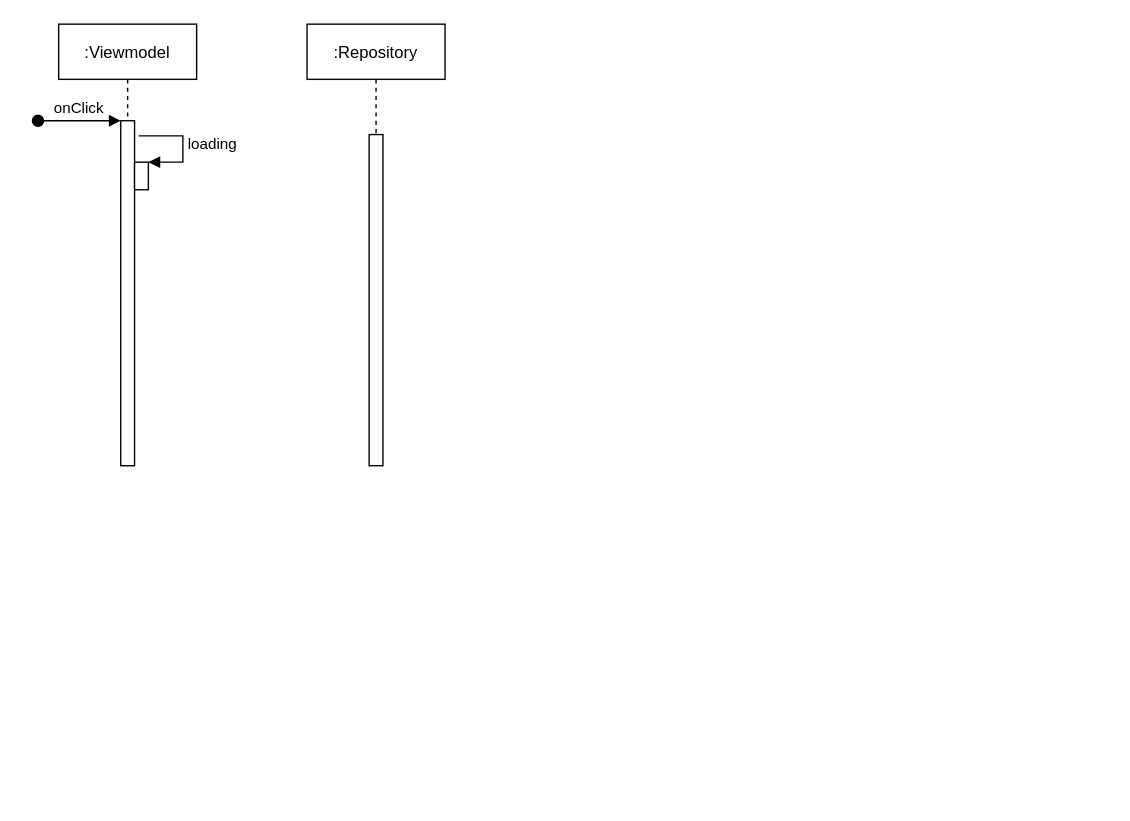
Earlier version of the draw.io diagram Untitled Diagram.drawio (milk1990/AndFix). Source tidied: cells renumbered, new cells numbered last; positions are measured from the earlier drawing's top-left corner, leaving out a move shared by most shapes. Both pictures are drawn from the tidied source at 138%, with x=0, y=0 at pixel (37, 23).
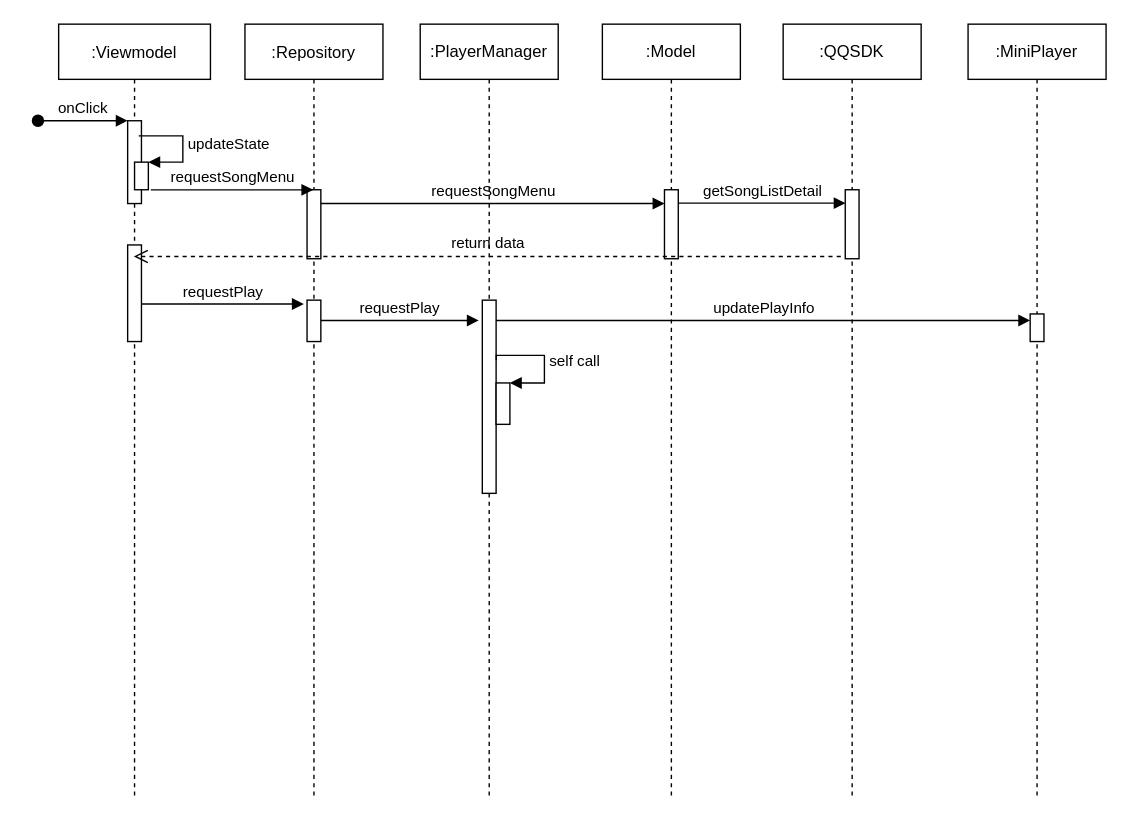
The same page after the edit.

The change refers to these unchanged cells:
```xml
<mxCell id="5" style="html=1;points=[];perimeter=orthogonalPerimeter;" parent="2" vertex="1">
  <mxGeometry x="55" y="100" width="10" height="20" as="geometry" />
</mxCell>
```

The edit, as a diff of the source:
```diff
@@
     <mxCell id="2" value=":Viewmodel" style="shape=umlLifeline;perimeter=lifelinePerimeter;rounded=0;shadow=0;strokeWidth=1;" parent="1" vertex="1">
-      <mxGeometry x="15" width="100" height="320" as="geometry" />
+      <mxGeometry x="15" width="110" height="560" as="geometry" />
     </mxCell>
     <mxCell id="3" style="points=[];perimeter=orthogonalPerimeter;rounded=0;shadow=0;strokeWidth=1;" parent="2" vertex="1">
-      <mxGeometry x="45" y="70" width="10" height="250" as="geometry" />
+      <mxGeometry x="50" y="70" width="10" height="60" as="geometry" />
     </mxCell>
@@
-    <mxCell id="6" value="loading" style="edgeStyle=orthogonalEdgeStyle;html=1;align=left;spacingLeft=2;endArrow=block;rounded=0;entryX=1;entryY=0;" parent="2" edge="1" target="5">
+    <mxCell id="6" value="updateState" style="edgeStyle=orthogonalEdgeStyle;html=1;align=left;spacingLeft=2;endArrow=block;rounded=0;entryX=1;entryY=0;" parent="2" edge="1" target="5">
       <mxGeometry relative="1" as="geometry">
         <mxPoint x="58" y="81" as="sourcePoint" />
         <Array as="points">
           <mxPoint x="90" y="81" />
           <mxPoint x="90" y="100" />
         </Array>
       </mxGeometry>
     </mxCell>
+    <mxCell id="9" style="html=1;points=[];perimeter=orthogonalPerimeter;" parent="2" vertex="1">
+      <mxGeometry x="50" y="160" width="10" height="70" as="geometry" />
+    </mxCell>
     <mxCell id="7" value=":Repository" style="shape=umlLifeline;perimeter=lifelinePerimeter;rounded=0;shadow=0;strokeWidth=1;" parent="1" vertex="1">
-      <mxGeometry x="195" width="100" height="320" as="geometry" />
+      <mxGeometry x="150" width="100" height="560" as="geometry" />
     </mxCell>
     <mxCell id="8" style="perimeter=orthogonalPerimeter;rounded=0;shadow=0;strokeWidth=1;" parent="7" vertex="1">
-      <mxGeometry x="45" y="80" width="10" height="240" as="geometry" />
+      <mxGeometry x="45" y="120" width="10" height="50" as="geometry" />
     </mxCell>
+    <mxCell id="10" value="requestSongMenu" style="html=1;verticalAlign=bottom;endArrow=block;rounded=0;" parent="7" edge="1" target="13">
+      <mxGeometry relative="1" as="geometry">
+        <mxPoint x="55" y="130" as="sourcePoint" />
+      </mxGeometry>
+    </mxCell>
+    <mxCell id="11" style="html=1;points=[];perimeter=orthogonalPerimeter;" parent="7" vertex="1">
+      <mxGeometry x="45" y="200" width="10" height="30" as="geometry" />
+    </mxCell>
+    <mxCell id="12" value=":Model" style="shape=umlLifeline;perimeter=lifelinePerimeter;whiteSpace=wrap;html=1;" parent="1" vertex="1">
+      <mxGeometry x="409" width="100" height="560" as="geometry" />
+    </mxCell>
+    <mxCell id="13" style="html=1;points=[];perimeter=orthogonalPerimeter;" parent="12" vertex="1">
+      <mxGeometry x="45" y="120" width="10" height="50" as="geometry" />
+    </mxCell>
+    <mxCell id="14" value="requestSongMenu" style="html=1;verticalAlign=bottom;endArrow=block;rounded=0;exitX=1.179;exitY=1.003;exitDx=0;exitDy=0;exitPerimeter=0;" parent="1" edge="1" source="5" target="7">
+      <mxGeometry relative="1" as="geometry" />
+    </mxCell>
+    <mxCell id="15" value="return data" style="html=1;verticalAlign=bottom;endArrow=open;dashed=1;endSize=8;rounded=0;exitX=-0.321;exitY=0.967;exitDx=0;exitDy=0;exitPerimeter=0;" parent="1" edge="1" source="24" target="2">
+      <mxGeometry relative="1" as="geometry" />
+    </mxCell>
+    <mxCell id="16" value=":PlayerManager" style="shape=umlLifeline;perimeter=lifelinePerimeter;whiteSpace=wrap;html=1;" parent="1" vertex="1">
+      <mxGeometry x="277" width="100" height="560" as="geometry" />
+    </mxCell>
+    <mxCell id="17" style="html=1;points=[];perimeter=orthogonalPerimeter;" parent="16" vertex="1">
+      <mxGeometry x="45" y="200" width="10" height="140" as="geometry" />
+    </mxCell>
+    <mxCell id="18" value="updatePlayInfo" style="html=1;verticalAlign=bottom;endArrow=block;rounded=0;" parent="16" edge="1" target="27">
+      <mxGeometry relative="1" as="geometry">
+        <mxPoint x="55" y="214.7" as="sourcePoint" />
+      </mxGeometry>
+    </mxCell>
+    <mxCell id="19" style="html=1;points=[];perimeter=orthogonalPerimeter;" parent="16" vertex="1">
+      <mxGeometry x="55" y="260" width="10" height="30" as="geometry" />
+    </mxCell>
+    <mxCell id="20" value="self call" style="edgeStyle=orthogonalEdgeStyle;html=1;align=left;spacingLeft=2;endArrow=block;rounded=0;entryX=1;entryY=0;exitX=1.014;exitY=0.311;exitDx=0;exitDy=0;exitPerimeter=0;" parent="16" edge="1" source="17" target="19">
+      <mxGeometry relative="1" as="geometry">
+        <Array as="points">
+          <mxPoint x="55" y="240" />
+          <mxPoint x="90" y="240" />
+          <mxPoint x="90" y="260" />
+        </Array>
+      </mxGeometry>
+    </mxCell>
+    <mxCell id="21" value="requestPlay" style="html=1;verticalAlign=bottom;endArrow=block;rounded=0;entryX=-0.238;entryY=0.094;entryDx=0;entryDy=0;entryPerimeter=0;" parent="1" edge="1" source="9" target="11">
+      <mxGeometry relative="1" as="geometry" />
+    </mxCell>
+    <mxCell id="22" value="requestPlay" style="html=1;verticalAlign=bottom;endArrow=block;rounded=0;entryX=-0.259;entryY=0.105;entryDx=0;entryDy=0;entryPerimeter=0;" parent="1" edge="1" source="11" target="17">
+      <mxGeometry relative="1" as="geometry" />
+    </mxCell>
+    <mxCell id="23" value=":QQSDK" style="shape=umlLifeline;perimeter=lifelinePerimeter;whiteSpace=wrap;html=1;" parent="1" vertex="1">
+      <mxGeometry x="540" width="100" height="560" as="geometry" />
+    </mxCell>
+    <mxCell id="24" style="html=1;points=[];perimeter=orthogonalPerimeter;" parent="23" vertex="1">
+      <mxGeometry x="45" y="120" width="10" height="50" as="geometry" />
+    </mxCell>
+    <mxCell id="25" value="getSongListDetail" style="html=1;verticalAlign=bottom;endArrow=block;rounded=0;entryX=0.024;entryY=0.194;entryDx=0;entryDy=0;entryPerimeter=0;" parent="1" edge="1" source="13" target="24">
+      <mxGeometry relative="1" as="geometry" />
+    </mxCell>
+    <mxCell id="26" value=":MiniPlayer" style="shape=umlLifeline;perimeter=lifelinePerimeter;whiteSpace=wrap;html=1;" parent="1" vertex="1">
+      <mxGeometry x="674" width="100" height="560" as="geometry" />
+    </mxCell>
+    <mxCell id="27" style="html=1;points=[];perimeter=orthogonalPerimeter;" parent="26" vertex="1">
+      <mxGeometry x="45" y="210" width="10" height="20" as="geometry" />
+    </mxCell>
```
